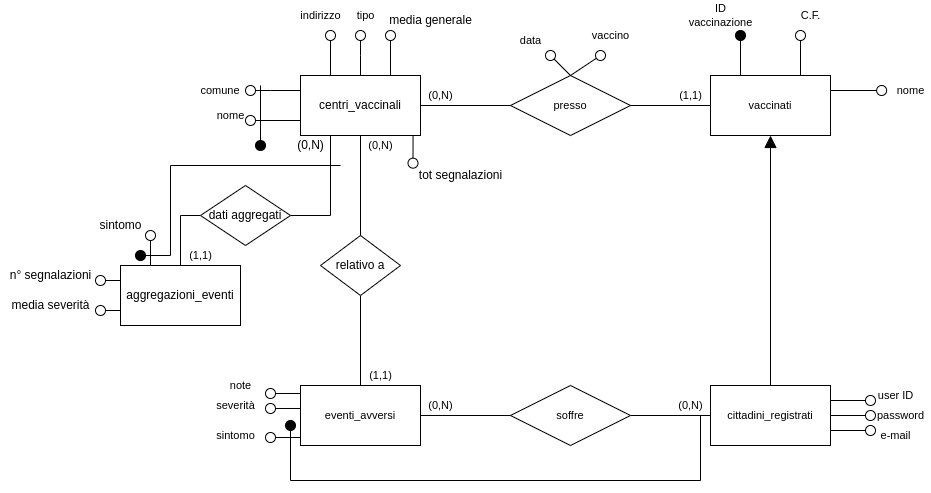
Before: Progetti/Database/schema concettuale.png, a diagram exported from draw.io (GMargherini/CentriVaccinali). Source tidied: cells renumbered, new cells last; positions are measured from the earlier drawing's top-left corner, leaving out a move shared by most shapes.
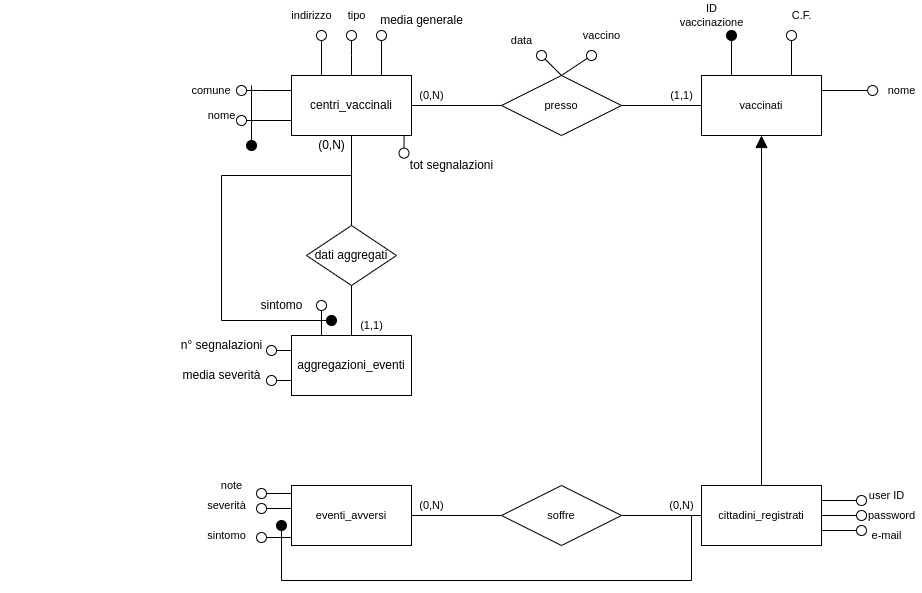
Above is the later version.

What changed in the source:
```diff
@@ -34,9 +34,6 @@
         </Array>
       </mxGeometry>
     </mxCell>
-    <mxCell id="7" style="shape=connector;rounded=0;jettySize=auto;html=1;labelBackgroundColor=default;fontFamily=Helvetica;fontSize=11;fontColor=default;endArrow=none;endFill=0;endSize=10;strokeColor=default;startArrow=none;exitX=0.5;exitY=1;exitDx=0;exitDy=0;" parent="1" edge="1" source="64" target="42">
-      <mxGeometry relative="1" as="geometry" />
-    </mxCell>
     <mxCell id="8" style="edgeStyle=none;rounded=0;jettySize=auto;html=1;exitX=0.938;exitY=1.003;exitDx=0;exitDy=0;endArrow=oval;endFill=0;endSize=10;exitPerimeter=0;entryX=0.025;entryY=-0.117;entryDx=0;entryDy=0;entryPerimeter=0;" parent="1" edge="1" source="11" target="59">
       <mxGeometry relative="1" as="geometry" />
     </mxCell>
@@ -45,13 +42,6 @@
         <mxPoint x="390" y="35" as="targetPoint" />
       </mxGeometry>
     </mxCell>
-    <mxCell id="10" style="edgeStyle=orthogonalEdgeStyle;rounded=0;jettySize=auto;html=1;entryX=0.5;entryY=0;entryDx=0;entryDy=0;endArrow=none;endFill=0;endSize=10;startArrow=none;exitX=0;exitY=0.5;exitDx=0;exitDy=0;" parent="1" edge="1" source="70" target="62">
-      <mxGeometry relative="1" as="geometry">
-        <Array as="points">
-          <mxPoint x="180" y="215" />
-        </Array>
-      </mxGeometry>
-    </mxCell>
     <mxCell id="11" value="centri_vaccinali" style="rounded=0;whiteSpace=wrap;html=1;" parent="1" vertex="1">
       <mxGeometry x="300" y="75" width="120" height="60" as="geometry" />
     </mxCell>
@@ -127,93 +117,93 @@
     </mxCell>
     <mxCell id="31" style="edgeStyle=none;shape=connector;rounded=0;jettySize=auto;html=1;exitX=1;exitY=0.25;exitDx=0;exitDy=0;labelBackgroundColor=default;fontFamily=Helvetica;fontSize=11;fontColor=default;endArrow=oval;endFill=0;endSize=10;strokeColor=default;" parent="1" edge="1" source="35">
       <mxGeometry relative="1" as="geometry">
-        <mxPoint x="870" y="400" as="targetPoint" />
+        <mxPoint x="870" y="500" as="targetPoint" />
       </mxGeometry>
     </mxCell>
     <mxCell id="32" style="edgeStyle=none;shape=connector;rounded=0;jettySize=auto;html=1;exitX=1;exitY=0.5;exitDx=0;exitDy=0;labelBackgroundColor=default;fontFamily=Helvetica;fontSize=11;fontColor=default;endArrow=oval;endFill=0;endSize=10;strokeColor=default;" parent="1" edge="1" source="35">
       <mxGeometry relative="1" as="geometry">
-        <mxPoint x="870" y="415" as="targetPoint" />
+        <mxPoint x="870" y="515" as="targetPoint" />
       </mxGeometry>
     </mxCell>
     <mxCell id="33" style="edgeStyle=none;shape=connector;rounded=0;jettySize=auto;html=1;exitX=1;exitY=0.75;exitDx=0;exitDy=0;labelBackgroundColor=default;fontFamily=Helvetica;fontSize=11;fontColor=default;endArrow=oval;endFill=0;endSize=10;strokeColor=default;" parent="1" edge="1" source="35">
       <mxGeometry relative="1" as="geometry">
-        <mxPoint x="870" y="430" as="targetPoint" />
+        <mxPoint x="870" y="530" as="targetPoint" />
       </mxGeometry>
     </mxCell>
     <mxCell id="34" style="edgeStyle=orthogonalEdgeStyle;shape=connector;rounded=0;orthogonalLoop=1;jettySize=auto;html=1;labelBackgroundColor=default;fontFamily=Helvetica;fontSize=11;fontColor=default;endArrow=oval;endFill=1;endSize=10;strokeColor=default;" parent="1" edge="1">
       <mxGeometry relative="1" as="geometry">
-        <mxPoint x="700" y="415" as="sourcePoint" />
-        <mxPoint x="290" y="425" as="targetPoint" />
+        <mxPoint x="700" y="515" as="sourcePoint" />
+        <mxPoint x="290" y="525" as="targetPoint" />
         <Array as="points">
-          <mxPoint x="700" y="480" />
-          <mxPoint x="290" y="480" />
-          <mxPoint x="290" y="425" />
+          <mxPoint x="700" y="580" />
+          <mxPoint x="290" y="580" />
+          <mxPoint x="290" y="525" />
         </Array>
       </mxGeometry>
     </mxCell>
     <mxCell id="35" value="cittadini_registrati" style="rounded=0;whiteSpace=wrap;html=1;fontFamily=Helvetica;fontSize=11;fontColor=default;" parent="1" vertex="1">
-      <mxGeometry x="710" y="385" width="120" height="60" as="geometry" />
+      <mxGeometry x="710" y="485" width="120" height="60" as="geometry" />
     </mxCell>
     <mxCell id="36" style="edgeStyle=none;shape=connector;rounded=0;jettySize=auto;html=1;exitX=1;exitY=0.5;exitDx=0;exitDy=0;entryX=0;entryY=0.5;entryDx=0;entryDy=0;labelBackgroundColor=default;fontFamily=Helvetica;fontSize=11;fontColor=default;endArrow=none;endFill=0;endSize=10;strokeColor=default;" parent="1" edge="1" source="37" target="35">
       <mxGeometry relative="1" as="geometry" />
     </mxCell>
     <mxCell id="37" value="soffre" style="shape=rhombus;perimeter=rhombusPerimeter;whiteSpace=wrap;html=1;align=center;fontFamily=Helvetica;fontSize=11;fontColor=default;" parent="1" vertex="1">
-      <mxGeometry x="510" y="385" width="120" height="60" as="geometry" />
+      <mxGeometry x="510" y="485" width="120" height="60" as="geometry" />
     </mxCell>
     <mxCell id="38" style="edgeStyle=none;shape=connector;rounded=0;jettySize=auto;html=1;exitX=1;exitY=0.5;exitDx=0;exitDy=0;entryX=0;entryY=0.5;entryDx=0;entryDy=0;labelBackgroundColor=default;fontFamily=Helvetica;fontSize=11;fontColor=default;endArrow=none;endFill=0;endSize=10;strokeColor=default;" parent="1" edge="1" source="42" target="37">
       <mxGeometry relative="1" as="geometry" />
     </mxCell>
     <mxCell id="39" style="edgeStyle=none;shape=connector;rounded=0;jettySize=auto;html=1;exitX=0.008;exitY=0.133;exitDx=0;exitDy=0;labelBackgroundColor=default;fontFamily=Helvetica;fontSize=11;fontColor=default;endArrow=oval;endFill=0;endSize=10;strokeColor=default;exitPerimeter=0;" parent="1" edge="1" source="42">
       <mxGeometry relative="1" as="geometry">
-        <mxPoint x="270" y="393" as="targetPoint" />
+        <mxPoint x="270" y="493" as="targetPoint" />
       </mxGeometry>
     </mxCell>
     <mxCell id="40" style="edgeStyle=none;shape=connector;rounded=0;jettySize=auto;html=1;exitX=0.008;exitY=0.383;exitDx=0;exitDy=0;labelBackgroundColor=default;fontFamily=Helvetica;fontSize=11;fontColor=default;endArrow=oval;endFill=0;endSize=10;strokeColor=default;exitPerimeter=0;" parent="1" edge="1" source="42">
       <mxGeometry relative="1" as="geometry">
-        <mxPoint x="270" y="408" as="targetPoint" />
+        <mxPoint x="270" y="508" as="targetPoint" />
       </mxGeometry>
     </mxCell>
     <mxCell id="41" style="edgeStyle=none;shape=connector;rounded=0;jettySize=auto;html=1;exitX=0.017;exitY=0.867;exitDx=0;exitDy=0;labelBackgroundColor=default;fontFamily=Helvetica;fontSize=11;fontColor=default;endArrow=oval;endFill=0;endSize=10;strokeColor=default;exitPerimeter=0;" parent="1" edge="1" source="42">
       <mxGeometry relative="1" as="geometry">
-        <mxPoint x="270" y="437" as="targetPoint" />
+        <mxPoint x="270" y="537" as="targetPoint" />
       </mxGeometry>
     </mxCell>
     <mxCell id="42" value="eventi_avversi" style="rounded=0;whiteSpace=wrap;html=1;fontFamily=Helvetica;fontSize=11;fontColor=default;" parent="1" vertex="1">
-      <mxGeometry x="300" y="385" width="120" height="60" as="geometry" />
+      <mxGeometry x="300" y="485" width="120" height="60" as="geometry" />
     </mxCell>
     <mxCell id="43" style="rounded=0;jettySize=auto;html=1;exitX=0;exitY=0.25;exitDx=0;exitDy=0;endArrow=oval;endFill=0;endSize=10;" parent="1" edge="1" source="62">
       <mxGeometry relative="1" as="geometry">
-        <mxPoint x="100" y="280" as="targetPoint" />
+        <mxPoint x="280" y="350" as="targetPoint" />
       </mxGeometry>
     </mxCell>
     <mxCell id="44" style="edgeStyle=none;rounded=0;jettySize=auto;html=1;exitX=0;exitY=0.75;exitDx=0;exitDy=0;endArrow=oval;endFill=0;endSize=10;" parent="1" edge="1" source="62">
       <mxGeometry relative="1" as="geometry">
-        <mxPoint x="100" y="310" as="targetPoint" />
+        <mxPoint x="280" y="380" as="targetPoint" />
       </mxGeometry>
     </mxCell>
     <mxCell id="45" value="sintomo" style="text;html=1;align=center;verticalAlign=middle;strokeColor=none;fillColor=none;fontSize=11;fontFamily=Helvetica;fontColor=default;" parent="1" vertex="1">
-      <mxGeometry x="210" y="425" width="50" height="20" as="geometry" />
+      <mxGeometry x="210" y="525" width="50" height="20" as="geometry" />
     </mxCell>
     <mxCell id="46" value="note" style="text;html=1;align=center;verticalAlign=middle;strokeColor=none;fillColor=none;fontSize=11;fontFamily=Helvetica;fontColor=default;" parent="1" vertex="1">
-      <mxGeometry x="220" y="375" width="40" height="20" as="geometry" />
+      <mxGeometry x="220" y="475" width="40" height="20" as="geometry" />
     </mxCell>
     <mxCell id="47" value="severità" style="text;html=1;align=center;verticalAlign=middle;strokeColor=none;fillColor=none;fontSize=11;fontFamily=Helvetica;fontColor=default;" parent="1" vertex="1">
-      <mxGeometry x="210" y="395" width="50" height="20" as="geometry" />
+      <mxGeometry x="210" y="495" width="50" height="20" as="geometry" />
     </mxCell>
     <mxCell id="48" value="user ID" style="text;html=1;align=center;verticalAlign=middle;strokeColor=none;fillColor=none;fontSize=11;fontFamily=Helvetica;fontColor=default;" parent="1" vertex="1">
-      <mxGeometry x="870" y="385" width="50" height="20" as="geometry" />
+      <mxGeometry x="870" y="485" width="50" height="20" as="geometry" />
     </mxCell>
     <mxCell id="49" value="password" style="text;html=1;align=center;verticalAlign=middle;strokeColor=none;fillColor=none;fontSize=11;fontFamily=Helvetica;fontColor=default;" parent="1" vertex="1">
-      <mxGeometry x="870" y="405" width="60" height="20" as="geometry" />
+      <mxGeometry x="870" y="505" width="60" height="20" as="geometry" />
     </mxCell>
     <mxCell id="50" value="e-mail" style="text;html=1;align=center;verticalAlign=middle;strokeColor=none;fillColor=none;fontSize=11;fontFamily=Helvetica;fontColor=default;" parent="1" vertex="1">
-      <mxGeometry x="870" y="425" width="50" height="20" as="geometry" />
+      <mxGeometry x="870" y="525" width="50" height="20" as="geometry" />
     </mxCell>
     <mxCell id="51" value="(0,N)" style="text;html=1;align=center;verticalAlign=middle;strokeColor=none;fillColor=none;fontSize=11;fontFamily=Helvetica;fontColor=default;" parent="1" vertex="1">
-      <mxGeometry x="670" y="395" width="40" height="20" as="geometry" />
+      <mxGeometry x="670" y="495" width="40" height="20" as="geometry" />
     </mxCell>
     <mxCell id="52" value="(0,N)" style="text;html=1;align=center;verticalAlign=middle;strokeColor=none;fillColor=none;fontSize=11;fontFamily=Helvetica;fontColor=default;" parent="1" vertex="1">
-      <mxGeometry x="420" y="395" width="40" height="20" as="geometry" />
+      <mxGeometry x="420" y="495" width="40" height="20" as="geometry" />
     </mxCell>
     <mxCell id="53" value="(0,N)" style="text;html=1;align=center;verticalAlign=middle;strokeColor=none;fillColor=none;fontSize=11;fontFamily=Helvetica;fontColor=default;" parent="1" vertex="1">
       <mxGeometry x="420" y="85" width="40" height="20" as="geometry" />
@@ -221,31 +211,31 @@
     <mxCell id="54" value="(1,1)" style="text;html=1;align=center;verticalAlign=middle;strokeColor=none;fillColor=none;fontSize=11;fontFamily=Helvetica;fontColor=default;" parent="1" vertex="1">
       <mxGeometry x="670" y="85" width="40" height="20" as="geometry" />
     </mxCell>
-    <mxCell id="55" value="(0,N)" style="text;html=1;align=center;verticalAlign=middle;strokeColor=none;fillColor=none;fontSize=11;fontFamily=Helvetica;fontColor=default;" parent="1" vertex="1">
-      <mxGeometry x="360" y="135" width="40" height="20" as="geometry" />
-    </mxCell>
     <mxCell id="56" value="(1,1)" style="text;html=1;align=center;verticalAlign=middle;strokeColor=none;fillColor=none;fontSize=11;fontFamily=Helvetica;fontColor=default;" parent="1" vertex="1">
-      <mxGeometry x="180" y="245" width="40" height="20" as="geometry" />
+      <mxGeometry x="360" y="315" width="40" height="20" as="geometry" />
     </mxCell>
     <mxCell id="57" value="n° segnalazioni" style="text;html=1;align=center;verticalAlign=middle;strokeColor=none;fillColor=none;" parent="1" vertex="1">
-      <mxGeometry y="265" width="100" height="20" as="geometry" />
+      <mxGeometry x="180" y="335" width="100" height="20" as="geometry" />
     </mxCell>
     <mxCell id="58" value="media severità" style="text;html=1;align=center;verticalAlign=middle;strokeColor=none;fillColor=none;" parent="1" vertex="1">
-      <mxGeometry x="5" y="295" width="90" height="20" as="geometry" />
+      <mxGeometry x="185" y="365" width="90" height="20" as="geometry" />
     </mxCell>
     <mxCell id="59" value="tot segnalazioni" style="text;html=1;align=center;verticalAlign=middle;points=[];strokeColor=none;fillColor=none;" parent="1" vertex="1">
-      <mxGeometry x="410" y="165" width="100" height="20" as="geometry" />
+      <mxGeometry x="410" y="155" width="100" height="20" as="geometry" />
     </mxCell>
     <mxCell id="60" value="media generale" style="text;html=1;align=center;verticalAlign=middle;strokeColor=none;fillColor=none;" parent="1" vertex="1">
       <mxGeometry x="380" y="10" width="100" height="20" as="geometry" />
     </mxCell>
     <mxCell id="61" style="edgeStyle=none;rounded=0;jettySize=auto;html=1;exitX=0.25;exitY=0;exitDx=0;exitDy=0;endArrow=oval;endFill=0;endSize=10;" parent="1" edge="1" source="62">
       <mxGeometry relative="1" as="geometry">
-        <mxPoint x="150" y="235" as="targetPoint" />
+        <mxPoint x="330" y="305" as="targetPoint" />
       </mxGeometry>
     </mxCell>
+    <mxCell id="72" style="edgeStyle=orthogonalEdgeStyle;rounded=0;jettySize=auto;html=1;exitX=0.5;exitY=0;exitDx=0;exitDy=0;entryX=0.5;entryY=1;entryDx=0;entryDy=0;endArrow=none;endFill=0;" parent="1" edge="1" source="62" target="70">
+      <mxGeometry relative="1" as="geometry" />
+    </mxCell>
     <mxCell id="62" value="aggregazioni_eventi" style="rounded=0;whiteSpace=wrap;html=1;" parent="1" vertex="1">
-      <mxGeometry x="120" y="265" width="120" height="60" as="geometry" />
+      <mxGeometry x="300" y="335" width="120" height="60" as="geometry" />
     </mxCell>
     <mxCell id="63" style="edgeStyle=orthogonalEdgeStyle;rounded=0;orthogonalLoop=1;jettySize=auto;html=1;exitX=0.5;exitY=1;exitDx=0;exitDy=0;endArrow=oval;endFill=0;endSize=10;" parent="1" edge="1">
       <mxGeometry relative="1" as="geometry">
@@ -253,40 +243,31 @@
         <mxPoint x="20" y="425" as="targetPoint" />
       </mxGeometry>
     </mxCell>
-    <mxCell id="64" value="relativo a" style="rhombus;whiteSpace=wrap;html=1;" parent="1" vertex="1">
-      <mxGeometry x="320" y="235" width="80" height="60" as="geometry" />
-    </mxCell>
-    <mxCell id="65" style="shape=connector;rounded=0;jettySize=auto;html=1;exitX=0.5;exitY=1;exitDx=0;exitDy=0;entryX=0.5;entryY=0;entryDx=0;entryDy=0;labelBackgroundColor=default;fontFamily=Helvetica;fontSize=11;fontColor=default;endArrow=none;endFill=0;endSize=10;strokeColor=default;" parent="1" edge="1" source="11" target="64">
-      <mxGeometry relative="1" as="geometry" />
-    </mxCell>
-    <mxCell id="66" value="(1,1)" style="text;html=1;align=center;verticalAlign=middle;strokeColor=none;fillColor=none;fontSize=11;fontFamily=Helvetica;fontColor=default;" parent="1" vertex="1">
-      <mxGeometry x="360" y="365" width="40" height="20" as="geometry" />
-    </mxCell>
     <mxCell id="67" value="(0,N)" style="text;html=1;align=center;verticalAlign=middle;strokeColor=none;fillColor=none;" parent="1" vertex="1">
-      <mxGeometry x="290" y="135" width="40" height="20" as="geometry" />
+      <mxGeometry x="320" y="135" width="40" height="20" as="geometry" />
     </mxCell>
     <mxCell id="68" value="sintomo" style="text;html=1;align=center;verticalAlign=middle;strokeColor=none;fillColor=none;" parent="1" vertex="1">
-      <mxGeometry x="90" y="215" width="60" height="20" as="geometry" />
+      <mxGeometry x="260" y="295" width="60" height="20" as="geometry" />
     </mxCell>
     <mxCell id="69" style="endArrow=none;html=1;rounded=0;endSize=10;edgeStyle=orthogonalEdgeStyle;endFill=0;startArrow=oval;startFill=1;startSize=10;" parent="1" edge="1">
       <mxGeometry relative="1" as="geometry">
-        <mxPoint x="140" y="255" as="sourcePoint" />
-        <mxPoint x="340" y="165" as="targetPoint" />
+        <mxPoint x="340" y="320" as="sourcePoint" />
+        <mxPoint x="360" y="175" as="targetPoint" />
         <Array as="points">
-          <mxPoint x="170" y="255" />
-          <mxPoint x="170" y="165" />
+          <mxPoint x="230" y="320" />
+          <mxPoint x="230" y="175" />
         </Array>
       </mxGeometry>
     </mxCell>
+    <mxCell id="73" style="edgeStyle=orthogonalEdgeStyle;rounded=0;jettySize=auto;html=1;exitX=0.5;exitY=0;exitDx=0;exitDy=0;entryX=0.5;entryY=1;entryDx=0;entryDy=0;endArrow=none;endFill=0;" parent="1" edge="1" source="70" target="11">
+      <mxGeometry relative="1" as="geometry">
+        <Array as="points">
+          <mxPoint x="360" y="225" />
+        </Array>
+      </mxGeometry>
+    </mxCell>
     <mxCell id="70" value="dati aggregati" style="rhombus;whiteSpace=wrap;html=1;" parent="1" vertex="1">
-      <mxGeometry x="200" y="185" width="90" height="60" as="geometry" />
+      <mxGeometry x="315" y="225" width="90" height="60" as="geometry" />
     </mxCell>
-    <mxCell id="71" style="edgeStyle=orthogonalEdgeStyle;rounded=0;jettySize=auto;html=1;exitX=0.25;exitY=1;exitDx=0;exitDy=0;entryX=1;entryY=0.5;entryDx=0;entryDy=0;endArrow=none;endFill=0;endSize=10;" parent="1" edge="1" source="11" target="70">
-      <mxGeometry relative="1" as="geometry">
-        <Array as="points">
-          <mxPoint x="330" y="215" />
-        </Array>
-      </mxGeometry>
-    </mxCell>
   </root>
 </mxGraphModel>
```
